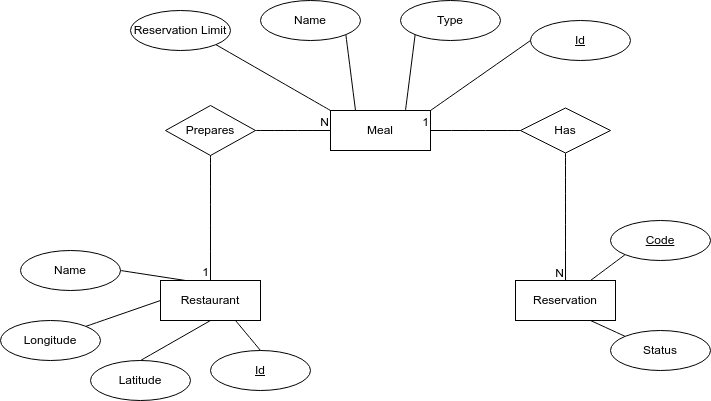
rodrigoabreu22/TQS_113626 keeps this draw.io diagram as HW1/DER_HW1_TQS.png. Above is the earlier version. Source tidied: cells renumbered, new cells last; positions are measured from the earlier drawing's top-left corner, leaving out a move shared by most shapes. Source of this version:
```xml
<mxGraphModel>
  <root>
    <mxCell id="0" />
    <mxCell id="1" parent="0" />
    <mxCell id="2" value="Restaurant" style="whiteSpace=wrap;html=1;align=center;" parent="1" vertex="1">
      <mxGeometry x="160" y="280" width="100" height="40" as="geometry" />
    </mxCell>
    <mxCell id="3" value="Meal" style="whiteSpace=wrap;html=1;align=center;" parent="1" vertex="1">
      <mxGeometry x="330" y="110" width="100" height="40" as="geometry" />
    </mxCell>
    <mxCell id="4" value="Name" style="ellipse;whiteSpace=wrap;html=1;align=center;" parent="1" vertex="1">
      <mxGeometry x="20" y="250" width="100" height="40" as="geometry" />
    </mxCell>
    <mxCell id="5" value="&lt;u&gt;Id&lt;/u&gt;" style="ellipse;whiteSpace=wrap;html=1;align=center;" parent="1" vertex="1">
      <mxGeometry x="210" y="350" width="100" height="40" as="geometry" />
    </mxCell>
    <mxCell id="6" value="Latitude" style="ellipse;whiteSpace=wrap;html=1;align=center;" parent="1" vertex="1">
      <mxGeometry x="90" y="360" width="100" height="40" as="geometry" />
    </mxCell>
    <mxCell id="7" value="Longitude" style="ellipse;whiteSpace=wrap;html=1;align=center;" parent="1" vertex="1">
      <mxGeometry y="320" width="100" height="40" as="geometry" />
    </mxCell>
    <mxCell id="8" value="Name" style="ellipse;whiteSpace=wrap;html=1;align=center;" parent="1" vertex="1">
      <mxGeometry x="260" width="100" height="40" as="geometry" />
    </mxCell>
    <mxCell id="9" value="Type" style="ellipse;whiteSpace=wrap;html=1;align=center;" parent="1" vertex="1">
      <mxGeometry x="400" width="100" height="40" as="geometry" />
    </mxCell>
    <mxCell id="10" value="&lt;u&gt;Id&lt;/u&gt;" style="ellipse;whiteSpace=wrap;html=1;align=center;" parent="1" vertex="1">
      <mxGeometry x="530" y="20" width="100" height="40" as="geometry" />
    </mxCell>
    <mxCell id="11" value="Reservation" style="whiteSpace=wrap;html=1;align=center;" parent="1" vertex="1">
      <mxGeometry x="515" y="280" width="100" height="40" as="geometry" />
    </mxCell>
    <mxCell id="12" value="Reservation Limit" style="ellipse;whiteSpace=wrap;html=1;align=center;" parent="1" vertex="1">
      <mxGeometry x="130" y="10" width="100" height="40" as="geometry" />
    </mxCell>
    <mxCell id="13" value="&lt;u&gt;Code&lt;/u&gt;" style="ellipse;whiteSpace=wrap;html=1;align=center;" parent="1" vertex="1">
      <mxGeometry x="610" y="220" width="100" height="40" as="geometry" />
    </mxCell>
    <mxCell id="14" value="Status" style="ellipse;whiteSpace=wrap;html=1;align=center;" parent="1" vertex="1">
      <mxGeometry x="610" y="330" width="100" height="40" as="geometry" />
    </mxCell>
    <mxCell id="15" style="endArrow=none;html=1;rounded=0;fontSize=12;startSize=8;endSize=8;curved=1;exitX=0.75;exitY=1;exitDx=0;exitDy=0;entryX=0.5;entryY=0;entryDx=0;entryDy=0;" parent="1" edge="1" source="2" target="5">
      <mxGeometry relative="1" as="geometry" />
    </mxCell>
    <mxCell id="16" style="endArrow=none;html=1;rounded=0;fontSize=12;startSize=8;endSize=8;curved=1;exitX=0.5;exitY=0;exitDx=0;exitDy=0;entryX=0.5;entryY=1;entryDx=0;entryDy=0;" parent="1" edge="1" source="6" target="2">
      <mxGeometry relative="1" as="geometry" />
    </mxCell>
    <mxCell id="17" style="endArrow=none;html=1;rounded=0;fontSize=12;startSize=8;endSize=8;curved=1;exitX=1;exitY=0;exitDx=0;exitDy=0;entryX=0;entryY=0.5;entryDx=0;entryDy=0;" parent="1" edge="1" source="7" target="2">
      <mxGeometry relative="1" as="geometry" />
    </mxCell>
    <mxCell id="18" style="endArrow=none;html=1;rounded=0;fontSize=12;startSize=8;endSize=8;curved=1;exitX=1;exitY=0.5;exitDx=0;exitDy=0;entryX=0.25;entryY=0;entryDx=0;entryDy=0;" parent="1" edge="1" source="4" target="2">
      <mxGeometry relative="1" as="geometry" />
    </mxCell>
    <mxCell id="19" style="endArrow=none;html=1;rounded=0;fontSize=12;startSize=8;endSize=8;curved=1;exitX=0;exitY=1;exitDx=0;exitDy=0;entryX=0.75;entryY=0;entryDx=0;entryDy=0;" parent="1" edge="1" source="13" target="11">
      <mxGeometry relative="1" as="geometry" />
    </mxCell>
    <mxCell id="20" style="endArrow=none;html=1;rounded=0;fontSize=12;startSize=8;endSize=8;curved=1;exitX=0;exitY=0;exitDx=0;exitDy=0;entryX=0.75;entryY=1;entryDx=0;entryDy=0;" parent="1" edge="1" source="14" target="11">
      <mxGeometry relative="1" as="geometry" />
    </mxCell>
    <mxCell id="21" style="endArrow=none;html=1;rounded=0;fontSize=12;startSize=8;endSize=8;curved=1;exitX=1;exitY=1;exitDx=0;exitDy=0;entryX=0.25;entryY=0;entryDx=0;entryDy=0;" parent="1" edge="1" source="8" target="3">
      <mxGeometry relative="1" as="geometry" />
    </mxCell>
    <mxCell id="22" style="endArrow=none;html=1;rounded=0;fontSize=12;startSize=8;endSize=8;curved=1;exitX=1;exitY=0;exitDx=0;exitDy=0;entryX=0;entryY=0.5;entryDx=0;entryDy=0;" parent="1" edge="1" source="3" target="10">
      <mxGeometry relative="1" as="geometry" />
    </mxCell>
    <mxCell id="23" style="endArrow=none;html=1;rounded=0;fontSize=12;startSize=8;endSize=8;curved=1;exitX=0.75;exitY=0;exitDx=0;exitDy=0;entryX=0;entryY=1;entryDx=0;entryDy=0;" parent="1" edge="1" source="3" target="9">
      <mxGeometry relative="1" as="geometry" />
    </mxCell>
    <mxCell id="24" value="Prepares" style="shape=rhombus;perimeter=rhombusPerimeter;whiteSpace=wrap;html=1;align=center;" parent="1" vertex="1">
      <mxGeometry x="165" y="105" width="90" height="50" as="geometry" />
    </mxCell>
    <mxCell id="25" style="endArrow=none;html=1;rounded=0;fontSize=12;startSize=8;endSize=8;curved=1;exitX=0;exitY=0;exitDx=0;exitDy=0;entryX=1;entryY=1;entryDx=0;entryDy=0;" parent="1" edge="1" source="3" target="12">
      <mxGeometry relative="1" as="geometry" />
    </mxCell>
    <mxCell id="26" style="endArrow=none;html=1;rounded=0;fontSize=12;startSize=8;endSize=8;curved=1;exitX=1;exitY=0.5;exitDx=0;exitDy=0;entryX=0;entryY=0.5;entryDx=0;entryDy=0;" parent="1" edge="1" source="24" target="3">
      <mxGeometry relative="1" as="geometry" />
    </mxCell>
    <mxCell id="27" value="N" style="html=1;whiteSpace=wrap;align=right;verticalAlign=bottom;" parent="26" vertex="1">
      <mxGeometry x="1" relative="1" as="geometry" />
    </mxCell>
    <mxCell id="28" style="endArrow=none;html=1;rounded=0;fontSize=12;startSize=8;endSize=8;curved=1;exitX=0.5;exitY=1;exitDx=0;exitDy=0;entryX=0.5;entryY=0;entryDx=0;entryDy=0;" parent="1" edge="1" source="24" target="2">
      <mxGeometry relative="1" as="geometry" />
    </mxCell>
    <mxCell id="29" value="1" style="html=1;whiteSpace=wrap;align=right;verticalAlign=bottom;" parent="28" vertex="1">
      <mxGeometry x="1" relative="1" as="geometry" />
    </mxCell>
    <mxCell id="30" value="Has" style="shape=rhombus;perimeter=rhombusPerimeter;whiteSpace=wrap;html=1;align=center;" parent="1" vertex="1">
      <mxGeometry x="520" y="107.5" width="90" height="45" as="geometry" />
    </mxCell>
    <mxCell id="31" style="endArrow=none;html=1;rounded=0;fontSize=12;startSize=8;endSize=8;curved=1;exitX=0.5;exitY=1;exitDx=0;exitDy=0;entryX=0.5;entryY=0;entryDx=0;entryDy=0;" parent="1" edge="1" source="30" target="11">
      <mxGeometry relative="1" as="geometry" />
    </mxCell>
    <mxCell id="32" value="N" style="html=1;whiteSpace=wrap;align=right;verticalAlign=bottom;" parent="31" vertex="1">
      <mxGeometry x="1" relative="1" as="geometry" />
    </mxCell>
    <mxCell id="33" style="endArrow=none;html=1;rounded=0;fontSize=12;startSize=8;endSize=8;curved=1;exitX=0;exitY=0.5;exitDx=0;exitDy=0;entryX=1;entryY=0.5;entryDx=0;entryDy=0;" parent="1" edge="1" source="30" target="3">
      <mxGeometry relative="1" as="geometry" />
    </mxCell>
    <mxCell id="34" value="1" style="html=1;whiteSpace=wrap;align=right;verticalAlign=bottom;" parent="33" vertex="1">
      <mxGeometry x="1" relative="1" as="geometry" />
    </mxCell>
  </root>
</mxGraphModel>
```
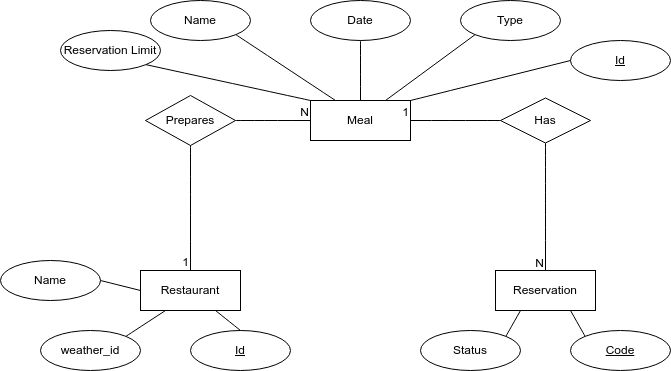
After the change.

Diff of the diagram source:
```diff
@@ -9,54 +9,48 @@
       <mxGeometry x="330" y="110" width="100" height="40" as="geometry" />
     </mxCell>
     <mxCell id="4" value="Name" style="ellipse;whiteSpace=wrap;html=1;align=center;" parent="1" vertex="1">
-      <mxGeometry x="20" y="250" width="100" height="40" as="geometry" />
+      <mxGeometry x="20" y="270" width="100" height="40" as="geometry" />
     </mxCell>
     <mxCell id="5" value="&lt;u&gt;Id&lt;/u&gt;" style="ellipse;whiteSpace=wrap;html=1;align=center;" parent="1" vertex="1">
-      <mxGeometry x="210" y="350" width="100" height="40" as="geometry" />
+      <mxGeometry x="210" y="340" width="100" height="40" as="geometry" />
     </mxCell>
-    <mxCell id="6" value="Latitude" style="ellipse;whiteSpace=wrap;html=1;align=center;" parent="1" vertex="1">
-      <mxGeometry x="90" y="360" width="100" height="40" as="geometry" />
+    <mxCell id="6" value="weather_id" style="ellipse;whiteSpace=wrap;html=1;align=center;" parent="1" vertex="1">
+      <mxGeometry x="60" y="340" width="100" height="40" as="geometry" />
     </mxCell>
-    <mxCell id="7" value="Longitude" style="ellipse;whiteSpace=wrap;html=1;align=center;" parent="1" vertex="1">
-      <mxGeometry y="320" width="100" height="40" as="geometry" />
-    </mxCell>
     <mxCell id="8" value="Name" style="ellipse;whiteSpace=wrap;html=1;align=center;" parent="1" vertex="1">
-      <mxGeometry x="260" width="100" height="40" as="geometry" />
+      <mxGeometry x="170" y="10" width="100" height="40" as="geometry" />
     </mxCell>
     <mxCell id="9" value="Type" style="ellipse;whiteSpace=wrap;html=1;align=center;" parent="1" vertex="1">
-      <mxGeometry x="400" width="100" height="40" as="geometry" />
+      <mxGeometry x="480" y="10" width="100" height="40" as="geometry" />
     </mxCell>
     <mxCell id="10" value="&lt;u&gt;Id&lt;/u&gt;" style="ellipse;whiteSpace=wrap;html=1;align=center;" parent="1" vertex="1">
-      <mxGeometry x="530" y="20" width="100" height="40" as="geometry" />
+      <mxGeometry x="590" y="50" width="100" height="40" as="geometry" />
     </mxCell>
     <mxCell id="11" value="Reservation" style="whiteSpace=wrap;html=1;align=center;" parent="1" vertex="1">
       <mxGeometry x="515" y="280" width="100" height="40" as="geometry" />
     </mxCell>
     <mxCell id="12" value="Reservation Limit" style="ellipse;whiteSpace=wrap;html=1;align=center;" parent="1" vertex="1">
-      <mxGeometry x="130" y="10" width="100" height="40" as="geometry" />
+      <mxGeometry x="80" y="40" width="100" height="40" as="geometry" />
     </mxCell>
     <mxCell id="13" value="&lt;u&gt;Code&lt;/u&gt;" style="ellipse;whiteSpace=wrap;html=1;align=center;" parent="1" vertex="1">
-      <mxGeometry x="610" y="220" width="100" height="40" as="geometry" />
+      <mxGeometry x="590" y="340" width="100" height="40" as="geometry" />
     </mxCell>
     <mxCell id="14" value="Status" style="ellipse;whiteSpace=wrap;html=1;align=center;" parent="1" vertex="1">
-      <mxGeometry x="610" y="330" width="100" height="40" as="geometry" />
+      <mxGeometry x="440" y="340" width="100" height="40" as="geometry" />
     </mxCell>
     <mxCell id="15" style="endArrow=none;html=1;rounded=0;fontSize=12;startSize=8;endSize=8;curved=1;exitX=0.75;exitY=1;exitDx=0;exitDy=0;entryX=0.5;entryY=0;entryDx=0;entryDy=0;" parent="1" edge="1" source="2" target="5">
       <mxGeometry relative="1" as="geometry" />
     </mxCell>
-    <mxCell id="16" style="endArrow=none;html=1;rounded=0;fontSize=12;startSize=8;endSize=8;curved=1;exitX=0.5;exitY=0;exitDx=0;exitDy=0;entryX=0.5;entryY=1;entryDx=0;entryDy=0;" parent="1" edge="1" source="6" target="2">
+    <mxCell id="16" style="endArrow=none;html=1;rounded=0;fontSize=12;startSize=8;endSize=8;curved=1;exitX=1;exitY=0;exitDx=0;exitDy=0;entryX=0.25;entryY=1;entryDx=0;entryDy=0;" parent="1" edge="1" source="6" target="2">
       <mxGeometry relative="1" as="geometry" />
     </mxCell>
-    <mxCell id="17" style="endArrow=none;html=1;rounded=0;fontSize=12;startSize=8;endSize=8;curved=1;exitX=1;exitY=0;exitDx=0;exitDy=0;entryX=0;entryY=0.5;entryDx=0;entryDy=0;" parent="1" edge="1" source="7" target="2">
-      <mxGeometry relative="1" as="geometry" />
-    </mxCell>
-    <mxCell id="18" style="endArrow=none;html=1;rounded=0;fontSize=12;startSize=8;endSize=8;curved=1;exitX=1;exitY=0.5;exitDx=0;exitDy=0;entryX=0.25;entryY=0;entryDx=0;entryDy=0;" parent="1" edge="1" source="4" target="2">
+    <mxCell id="18" style="endArrow=none;html=1;rounded=0;fontSize=12;startSize=8;endSize=8;curved=1;exitX=1;exitY=0.5;exitDx=0;exitDy=0;entryX=0;entryY=0.5;entryDx=0;entryDy=0;" parent="1" edge="1" source="4" target="2">
       <mxGeometry relative="1" as="geometry" />
     </mxCell>
-    <mxCell id="19" style="endArrow=none;html=1;rounded=0;fontSize=12;startSize=8;endSize=8;curved=1;exitX=0;exitY=1;exitDx=0;exitDy=0;entryX=0.75;entryY=0;entryDx=0;entryDy=0;" parent="1" edge="1" source="13" target="11">
+    <mxCell id="19" style="endArrow=none;html=1;rounded=0;fontSize=12;startSize=8;endSize=8;curved=1;exitX=0;exitY=0;exitDx=0;exitDy=0;entryX=0.75;entryY=1;entryDx=0;entryDy=0;" parent="1" edge="1" source="13" target="11">
       <mxGeometry relative="1" as="geometry" />
     </mxCell>
-    <mxCell id="20" style="endArrow=none;html=1;rounded=0;fontSize=12;startSize=8;endSize=8;curved=1;exitX=0;exitY=0;exitDx=0;exitDy=0;entryX=0.75;entryY=1;entryDx=0;entryDy=0;" parent="1" edge="1" source="14" target="11">
+    <mxCell id="20" style="endArrow=none;html=1;rounded=0;fontSize=12;startSize=8;endSize=8;curved=1;exitX=1;exitY=0;exitDx=0;exitDy=0;entryX=0.25;entryY=1;entryDx=0;entryDy=0;" parent="1" edge="1" source="14" target="11">
       <mxGeometry relative="1" as="geometry" />
     </mxCell>
     <mxCell id="21" style="endArrow=none;html=1;rounded=0;fontSize=12;startSize=8;endSize=8;curved=1;exitX=1;exitY=1;exitDx=0;exitDy=0;entryX=0.25;entryY=0;entryDx=0;entryDy=0;" parent="1" edge="1" source="8" target="3">
@@ -101,5 +95,11 @@
     <mxCell id="34" value="1" style="html=1;whiteSpace=wrap;align=right;verticalAlign=bottom;" parent="33" vertex="1">
       <mxGeometry x="1" relative="1" as="geometry" />
     </mxCell>
+    <mxCell id="35" value="Date" style="ellipse;whiteSpace=wrap;html=1;align=center;" parent="1" vertex="1">
+      <mxGeometry x="330" y="10" width="100" height="40" as="geometry" />
+    </mxCell>
+    <mxCell id="36" style="endArrow=none;html=1;rounded=0;fontSize=12;startSize=8;endSize=8;curved=1;exitX=0.5;exitY=1;exitDx=0;exitDy=0;entryX=0.5;entryY=0;entryDx=0;entryDy=0;" parent="1" edge="1" source="35" target="3">
+      <mxGeometry relative="1" as="geometry" />
+    </mxCell>
   </root>
 </mxGraphModel>
```
